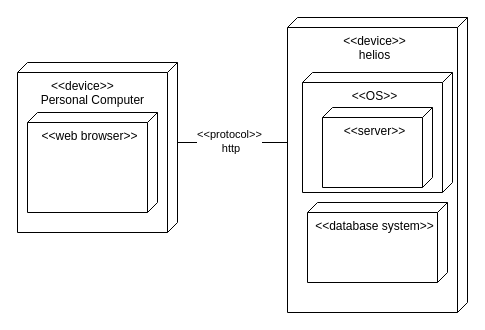
Above: Untitled Diagram.drawio in uvusibuneka/ITMO (draw.io), before the change. Source tidied: cells renumbered, new cells numbered last; positions are measured from the earlier drawing's top-left corner, leaving out a move shared by most shapes. Both pictures are drawn from the tidied source at 100%, with x=0, y=0 at pixel (17, 17).
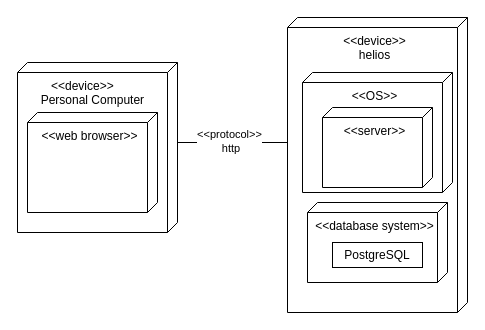
The same page after the edit.

Diff of the diagram source:
```diff
@@
 <mxGraphModel>
   <root>
     <mxCell id="0" />
     <mxCell id="1" parent="0" />
     <mxCell id="2" value="&lt;div&gt;&lt;br&gt;&lt;/div&gt;&lt;div&gt;&amp;nbsp;&amp;nbsp;&amp;nbsp;&amp;nbsp; Personal Computer&lt;/div&gt;" style="verticalAlign=top;align=left;shape=cube;size=10;direction=south;fontStyle=0;html=1;boundedLbl=1;spacingLeft=5;whiteSpace=wrap;" parent="1" vertex="1">
       <mxGeometry y="45" width="160" height="170" as="geometry" />
     </mxCell>
     <mxCell id="3" value="&amp;lt;&amp;lt;web browser&amp;gt;&amp;gt;" style="verticalAlign=top;align=center;shape=cube;size=10;direction=south;html=1;boundedLbl=1;spacingLeft=5;whiteSpace=wrap;" parent="2" vertex="1">
       <mxGeometry width="130" height="100" relative="1" as="geometry">
         <mxPoint x="10" y="50" as="offset" />
       </mxGeometry>
     </mxCell>
     <mxCell id="4" value="&amp;lt;&amp;lt;device&amp;gt;&amp;gt;" style="text;whiteSpace=wrap;html=1;" parent="2" vertex="1">
       <mxGeometry x="32" y="10" width="128" height="50" as="geometry" />
     </mxCell>
     <mxCell id="5" value="&lt;div align=&quot;center&quot;&gt;&amp;lt;&amp;lt;device&amp;gt;&amp;gt;&lt;/div&gt;&lt;div align=&quot;center&quot;&gt;helios&lt;br&gt;&lt;/div&gt;" style="verticalAlign=top;align=center;shape=cube;size=10;direction=south;fontStyle=0;html=1;boundedLbl=1;spacingLeft=5;whiteSpace=wrap;" parent="1" vertex="1">
       <mxGeometry x="270" width="180" height="295" as="geometry" />
     </mxCell>
     <mxCell id="6" style="endArrow=none;html=1;rounded=0;exitX=0;exitY=0;exitDx=80;exitDy=0;exitPerimeter=0;entryX=0;entryY=0;entryDx=125;entryDy=180;entryPerimeter=0;" parent="1" edge="1" source="2" target="5">
       <mxGeometry relative="1" as="geometry" />
     </mxCell>
     <mxCell id="7" value="&lt;div&gt;&amp;lt;&amp;lt;protocol&amp;gt;&amp;gt;&lt;/div&gt;&lt;div&gt;&amp;nbsp;http&lt;/div&gt;" style="edgeLabel;html=1;align=center;verticalAlign=middle;" parent="6" vertex="1">
       <mxGeometry x="-0.07" y="2" relative="1" as="geometry" />
     </mxCell>
     <mxCell id="8" value="&amp;lt;&amp;lt;OS&amp;gt;&amp;gt;" style="verticalAlign=top;align=center;shape=cube;size=10;direction=south;html=1;boundedLbl=1;spacingLeft=5;whiteSpace=wrap;" parent="1" vertex="1">
       <mxGeometry x="285" y="55" width="150" height="120" as="geometry" />
     </mxCell>
     <mxCell id="9" value="&amp;lt;&amp;lt;server&amp;gt;&amp;gt;" style="verticalAlign=top;align=center;shape=cube;size=10;direction=south;html=1;boundedLbl=1;spacingLeft=5;whiteSpace=wrap;" parent="1" vertex="1">
       <mxGeometry x="305" y="90" width="110" height="80" as="geometry" />
     </mxCell>
     <mxCell id="10" value="&amp;lt;&amp;lt;database system&amp;gt;&amp;gt;" style="verticalAlign=top;align=center;shape=cube;size=10;direction=south;html=1;boundedLbl=1;spacingLeft=5;whiteSpace=wrap;" parent="1" vertex="1">
       <mxGeometry x="290" y="185" width="140" height="80" as="geometry" />
     </mxCell>
+    <mxCell id="11" value="PostgreSQL" style="rounded=0;whiteSpace=wrap;html=1;" parent="1" vertex="1">
+      <mxGeometry x="315" y="225" width="90" height="25" as="geometry" />
+    </mxCell>
   </root>
 </mxGraphModel>
```
